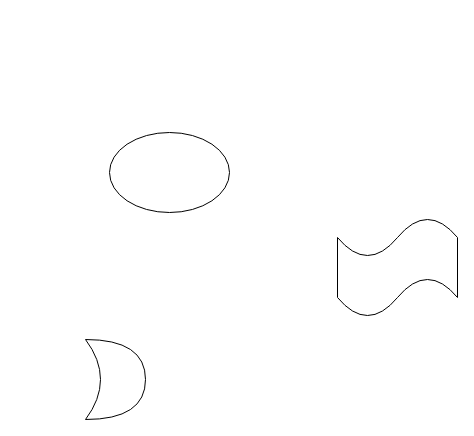
tangtuotuo/test-drawio keeps this draw.io diagram as 未命名绘图.drawio. Above is the earlier version. Source tidied: cells renumbered, new cells numbered last; positions are measured from the earlier drawing's top-left corner, leaving out a move shared by most shapes. Both pictures are drawn from the tidied source at 100%, with x=0, y=0 at pixel (85, 132).
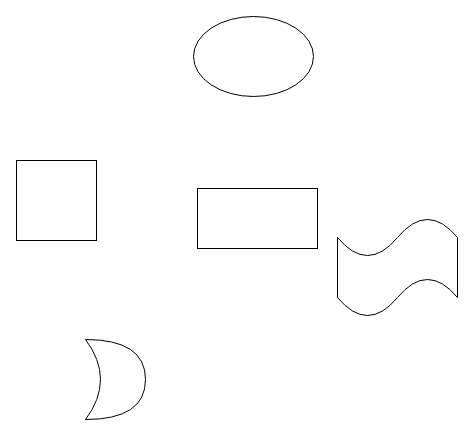
The same diagram, later.

Commit message (it also covers changes not shown here):
更新未命名绘图.drawio

Diff of the diagram source:
```diff
@@
 <mxGraphModel>
   <root>
     <mxCell id="0" />
     <mxCell id="1" parent="0" />
     <mxCell id="2" style="ellipse;whiteSpace=wrap;html=1;" parent="1" vertex="1">
-      <mxGeometry x="24" width="120" height="80" as="geometry" />
+      <mxGeometry x="108" y="-116" width="120" height="80" as="geometry" />
     </mxCell>
     <mxCell id="3" style="shape=tape;whiteSpace=wrap;html=1;" parent="1" vertex="1">
       <mxGeometry x="252" y="85" width="120" height="100" as="geometry" />
     </mxCell>
     <mxCell id="4" style="shape=xor;whiteSpace=wrap;html=1;" parent="1" vertex="1">
       <mxGeometry y="207" width="60" height="80" as="geometry" />
     </mxCell>
+    <mxCell id="5" style="rounded=0;whiteSpace=wrap;html=1;" parent="1" vertex="1">
+      <mxGeometry x="112" y="56" width="120" height="60" as="geometry" />
+    </mxCell>
+    <mxCell id="6" style="whiteSpace=wrap;html=1;" parent="1" vertex="1">
+      <mxGeometry x="-69" y="28" width="80" height="80" as="geometry" />
+    </mxCell>
   </root>
 </mxGraphModel>
```
